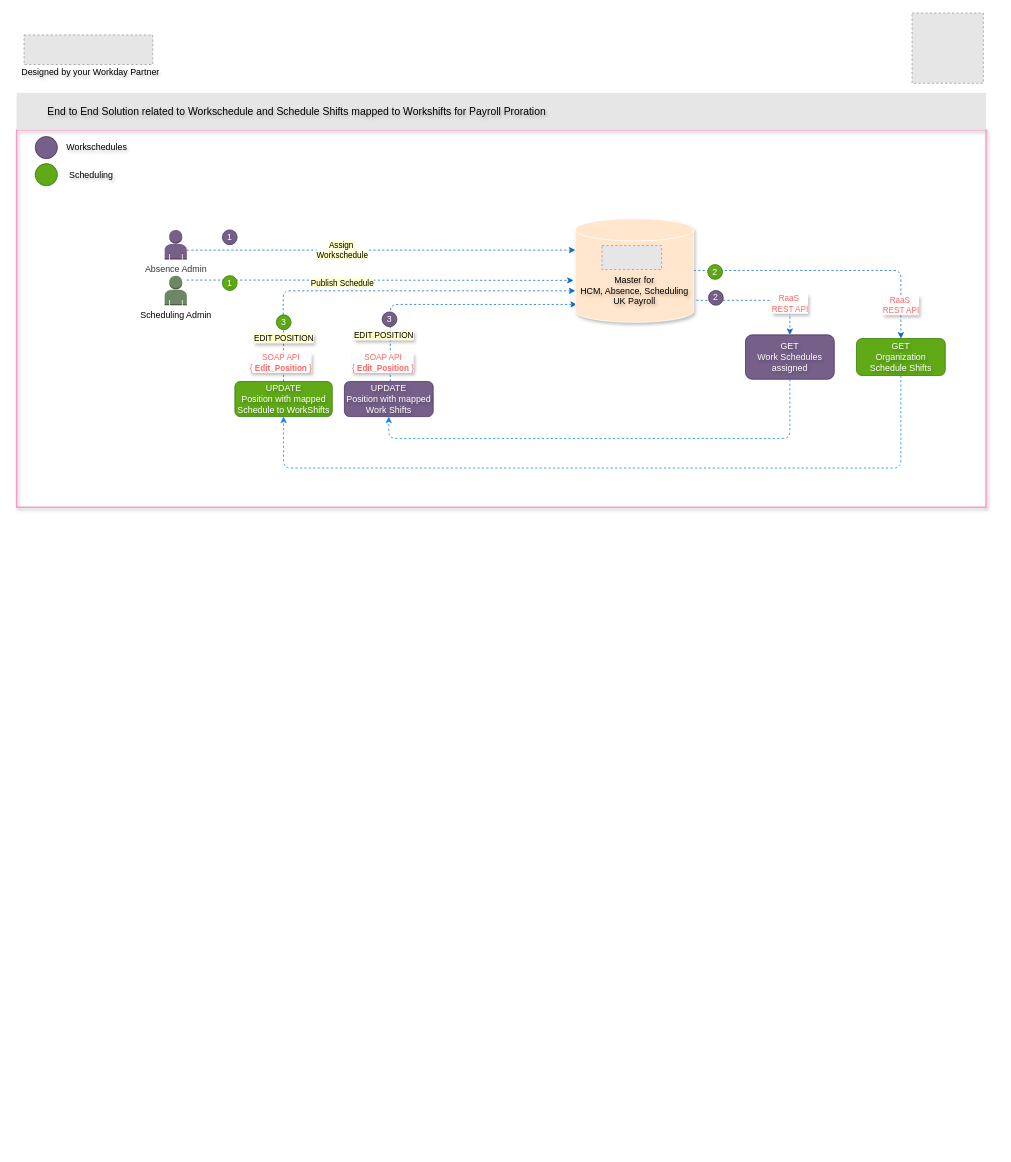
The draw.io diagram Leonardo Hotels Boomerang v1.drawio in sandyaroma/sandyaroma, before the edit. Source tidied: cells renumbered, new cells numbered last; positions are measured from the earlier drawing's top-left corner, leaving out a move shared by most shapes. Both pictures are drawn from the tidied source at 74%, with x=0, y=0 at pixel (16, 13). Pictures stored in the file or linked from it are replaced by grey dashed boxes.
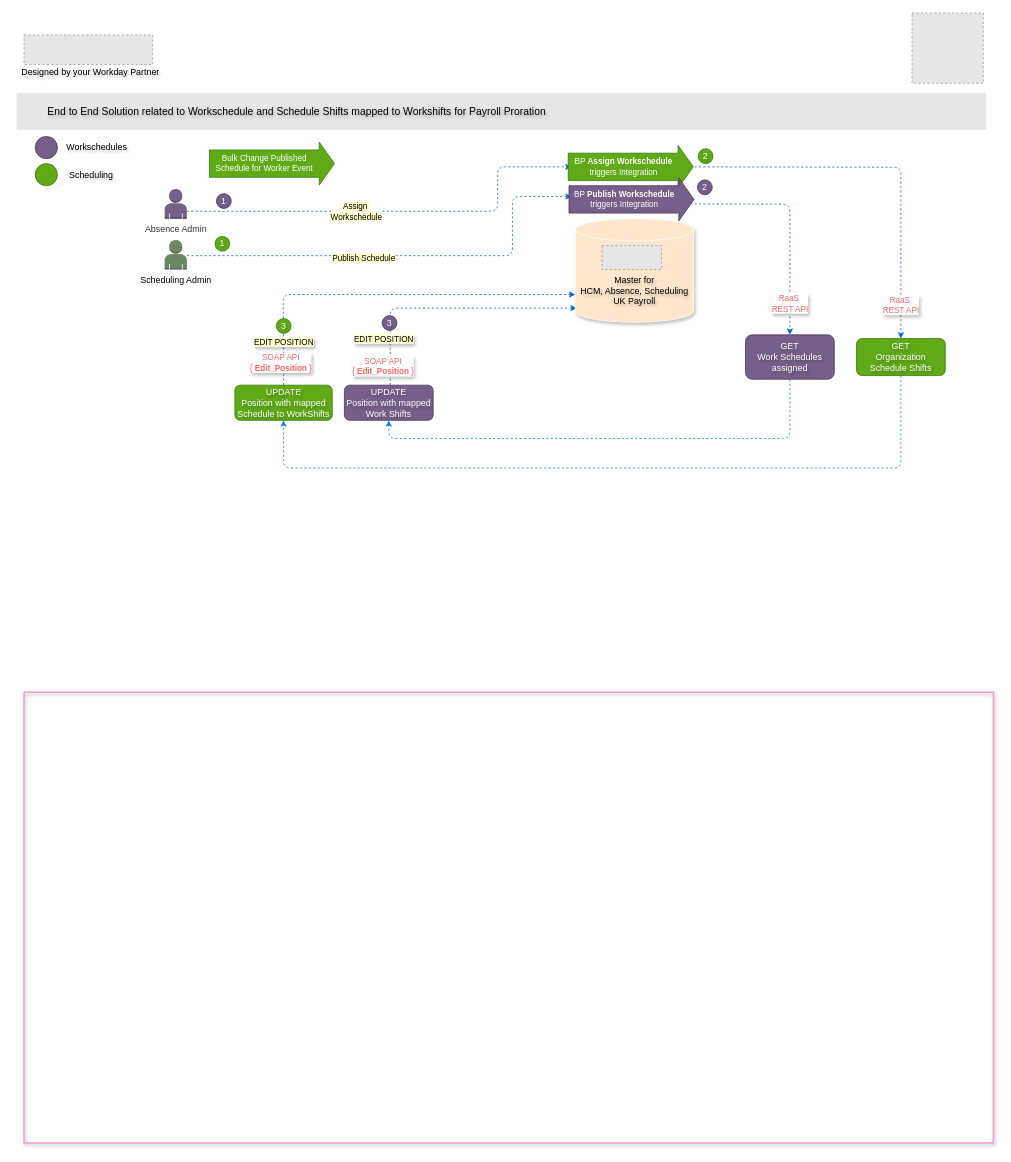
After the change.

Commit message:
Mettre à jour Leonardo Hotels Boomerang v1.drawio

The change refers to these unchanged cells:
```xml
<mxCell id="7" value="&lt;div&gt;&lt;br&gt;&lt;/div&gt;&lt;div&gt;&lt;br&gt;&lt;/div&gt;&lt;div&gt;&lt;span style=&quot;background-color: initial;&quot;&gt;Master for&lt;/span&gt;&lt;/div&gt;&lt;div&gt;&lt;span style=&quot;background-color: initial;&quot;&gt;HCM, Absence, Scheduling&lt;/span&gt;&lt;br&gt;&lt;/div&gt;&lt;div&gt;&lt;span style=&quot;background-color: initial;&quot;&gt;UK Payroll&lt;/span&gt;&lt;/div&gt;" style="shape=cylinder3;whiteSpace=wrap;html=1;boundedLbl=1;backgroundOutline=1;size=15;fillColor=#ffe6cc;strokeColor=#FFFFFF;shadow=1;textShadow=1;" parent="1" vertex="1">
  <mxGeometry x="754.9" y="278" width="160" height="140" as="geometry" />
</mxCell>
<mxCell id="10" value="GET&lt;div&gt;Work Schedules&lt;/div&gt;&lt;div&gt;assigned&lt;/div&gt;" style="rounded=1;whiteSpace=wrap;html=1;fillColor=#76608a;strokeColor=#432D57;textShadow=1;fontColor=#ffffff;" parent="1" vertex="1">
  <mxGeometry x="984.9" y="435" width="120" height="60" as="geometry" />
</mxCell>
<mxCell id="34" value="GET&lt;div&gt;Organization Schedule Shifts&lt;/div&gt;" style="rounded=1;whiteSpace=wrap;html=1;fillColor=#60a917;strokeColor=#2D7600;textShadow=1;fontColor=#ffffff;" parent="1" vertex="1">
  <mxGeometry x="1134.9" y="440" width="120" height="50" as="geometry" />
</mxCell>
```

Diff of the diagram source:
```diff
@@
-    <mxCell id="2" style="edgeStyle=orthogonalEdgeStyle;rounded=1;jettySize=auto;html=1;entryX=0;entryY=0;entryDx=0;entryDy=97.5;entryPerimeter=0;curved=0;dashed=1;strokeColor=#0066CC;" parent="1" edge="1" source="37" target="7">
+    <mxCell id="2" style="edgeStyle=orthogonalEdgeStyle;rounded=1;jettySize=auto;html=1;entryX=0;entryY=0;entryDx=0;entryDy=97.5;entryPerimeter=0;curved=0;dashed=1;strokeColor=#0066CC;" parent="1" edge="1" source="37">
       <mxGeometry relative="1" as="geometry">
+        <mxPoint x="754.9" y="380.5" as="targetPoint" />
         <Array as="points">
-          <mxPoint x="361" y="445" />
-          <mxPoint x="360" y="376" />
+          <mxPoint x="361" y="450" />
+          <mxPoint x="360" y="381" />
         </Array>
       </mxGeometry>
     </mxCell>
-    <mxCell id="3" style="edgeStyle=orthogonalEdgeStyle;rounded=1;jettySize=auto;html=1;entryX=0.013;entryY=0.828;entryDx=0;entryDy=0;entryPerimeter=0;curved=0;dashed=1;strokeColor=#0066CC;" parent="1" edge="1" source="11" target="7">
+    <mxCell id="3" style="edgeStyle=orthogonalEdgeStyle;rounded=1;jettySize=auto;html=1;entryX=0.013;entryY=0.828;entryDx=0;entryDy=0;entryPerimeter=0;curved=0;dashed=1;strokeColor=#0066CC;" parent="1" edge="1" source="11">
       <mxGeometry relative="1" as="geometry">
+        <mxPoint x="756.9" y="398.9" as="targetPoint" />
         <Array as="points">
-          <mxPoint x="504.9" y="394" />
+          <mxPoint x="504.9" y="399" />
         </Array>
       </mxGeometry>
     </mxCell>
     <mxCell id="4" style="rounded=0;whiteSpace=wrap;html=1;fillColor=none;strokeWidth=2;strokeColor=#FF99CC;shadow=1;textShadow=1;" parent="1" vertex="1">
-      <mxGeometry y="158" width="1310" height="510" as="geometry" />
+      <mxGeometry x="10" y="918" width="1310" height="609" as="geometry" />
     </mxCell>
-    <mxCell id="5" style="edgeStyle=orthogonalEdgeStyle;rounded=1;jettySize=auto;html=1;entryX=0.5;entryY=0;entryDx=0;entryDy=0;exitX=0.985;exitY=0.788;exitDx=0;exitDy=0;exitPerimeter=0;curved=0;dashed=1;strokeColor=#0066CC;" parent="1" edge="1" source="7" target="10">
-      <mxGeometry relative="1" as="geometry" />
+    <mxCell id="5" style="edgeStyle=orthogonalEdgeStyle;rounded=1;jettySize=auto;html=1;entryX=0.5;entryY=0;entryDx=0;entryDy=0;curved=0;dashed=1;strokeColor=#0066CC;" parent="1" edge="1" target="10">
+      <mxGeometry relative="1" as="geometry">
+        <mxPoint x="910" y="258" as="sourcePoint" />
+      </mxGeometry>
     </mxCell>
-    <mxCell id="6" style="edgeStyle=orthogonalEdgeStyle;rounded=1;jettySize=auto;html=1;curved=0;dashed=1;strokeColor=#0066CC;" parent="1" edge="1" source="7" target="34">
-      <mxGeometry relative="1" as="geometry" />
+    <mxCell id="6" style="edgeStyle=orthogonalEdgeStyle;rounded=1;jettySize=auto;html=1;curved=0;dashed=1;strokeColor=#0066CC;" parent="1" edge="1" target="34">
+      <mxGeometry relative="1" as="geometry">
+        <mxPoint x="910" y="208" as="sourcePoint" />
+      </mxGeometry>
     </mxCell>
@@
     <mxCell id="11" value="&lt;div&gt;UPDATE&lt;/div&gt;&lt;div&gt;Position with mapped&lt;/div&gt;Work Shifts" style="rounded=1;whiteSpace=wrap;html=1;fillColor=#76608a;strokeColor=#432D57;textShadow=1;fontColor=#ffffff;" parent="1" vertex="1">
-      <mxGeometry x="442.9" y="498" width="120" height="47.5" as="geometry" />
+      <mxGeometry x="442.9" y="503" width="120" height="47.5" as="geometry" />
     </mxCell>
     <mxCell id="12" value="1" style="ellipse;whiteSpace=wrap;html=1;fillColor=#76608a;strokeColor=#432D57;fontColor=#ffffff;align=center;verticalAlign=middle;fontFamily=Helvetica;fontSize=12;textShadow=1;" parent="1" vertex="1">
-      <mxGeometry x="278" y="293.2" width="20" height="20" as="geometry" />
+      <mxGeometry x="270" y="244.2" width="20" height="20" as="geometry" />
     </mxCell>
@@
-    <mxCell id="21" style="edgeStyle=orthogonalEdgeStyle;rounded=0;jettySize=auto;html=1;dashed=1;strokeColor=#0066CC;entryX=0;entryY=0;entryDx=0;entryDy=42.5;entryPerimeter=0;" parent="1" edge="1" source="23" target="7">
+    <mxCell id="21" style="edgeStyle=orthogonalEdgeStyle;rounded=1;jettySize=auto;html=1;dashed=1;strokeColor=#0066CC;curved=0;" parent="1" edge="1" source="23">
       <mxGeometry relative="1" as="geometry">
+        <mxPoint x="750" y="208" as="targetPoint" />
         <Array as="points">
-          <mxPoint x="514.9" y="321" />
+          <mxPoint x="650" y="268" />
+          <mxPoint x="650" y="208" />
         </Array>
       </mxGeometry>
     </mxCell>
@@
     <mxCell id="23" value="&lt;font style=&quot;color: rgb(51, 51, 51);&quot;&gt;Absence Admin&lt;/font&gt;" style="outlineConnect=0;dashed=0;verticalLabelPosition=bottom;verticalAlign=top;align=center;html=1;shape=mxgraph.aws3.user;fillColor=#76608a;strokeColor=#432D57;fontColor=#ffffff;" parent="1" vertex="1">
-      <mxGeometry x="200" y="293.2" width="30" height="40" as="geometry" />
+      <mxGeometry x="200" y="238" width="30" height="40" as="geometry" />
     </mxCell>
     <mxCell id="24" value="&lt;font style=&quot;color: rgb(0, 0, 0);&quot;&gt;Scheduling Admin&lt;/font&gt;" style="outlineConnect=0;dashed=0;verticalLabelPosition=bottom;verticalAlign=top;align=center;html=1;shape=mxgraph.aws3.user;fillColor=#6d8764;strokeColor=#3A5431;fontColor=#ffffff;" parent="1" vertex="1">
-      <mxGeometry x="200" y="355" width="30" height="40" as="geometry" />
+      <mxGeometry x="200" y="306.8" width="30" height="40" as="geometry" />
     </mxCell>
-    <mxCell id="25" value="2" style="ellipse;whiteSpace=wrap;html=1;fillColor=#76608a;strokeColor=#432D57;fontColor=#ffffff;align=center;verticalAlign=middle;fontFamily=Helvetica;fontSize=12;textShadow=1;" parent="1" vertex="1">
-      <mxGeometry x="934.9" y="375" width="20" height="20" as="geometry" />
-    </mxCell>
     <mxCell id="26" value="3" style="ellipse;whiteSpace=wrap;html=1;fillColor=#76608a;strokeColor=#432D57;fontColor=#ffffff;align=center;verticalAlign=middle;fontFamily=Helvetica;fontSize=12;textShadow=1;" parent="1" vertex="1">
-      <mxGeometry x="493.9" y="404" width="20" height="20" as="geometry" />
+      <mxGeometry x="493.9" y="409" width="20" height="20" as="geometry" />
     </mxCell>
@@
-    <mxCell id="28" style="edgeStyle=orthogonalEdgeStyle;rounded=0;jettySize=auto;html=1;entryX=-0.015;entryY=0.653;entryDx=0;entryDy=0;entryPerimeter=0;curved=0;dashed=1;strokeColor=#0066CC;" parent="1" edge="1" source="24">
+    <mxCell id="28" style="edgeStyle=orthogonalEdgeStyle;rounded=1;jettySize=auto;html=1;curved=0;dashed=1;strokeColor=#0066CC;" parent="1" edge="1" source="24">
       <mxGeometry relative="1" as="geometry">
-        <mxPoint x="752.5" y="361.4" as="targetPoint" />
+        <mxPoint x="750" y="248" as="targetPoint" />
         <Array as="points">
-          <mxPoint x="370" y="361" />
-          <mxPoint x="370" y="361" />
+          <mxPoint x="670" y="328" />
+          <mxPoint x="670" y="248" />
         </Array>
       </mxGeometry>
     </mxCell>
@@
     <mxCell id="30" value="1" style="ellipse;whiteSpace=wrap;html=1;fillColor=#60a917;strokeColor=#2D7600;fontColor=#ffffff;align=center;verticalAlign=middle;fontFamily=Helvetica;fontSize=12;textShadow=1;" parent="1" vertex="1">
-      <mxGeometry x="278" y="355" width="20" height="20" as="geometry" />
+      <mxGeometry x="268" y="302" width="20" height="20" as="geometry" />
     </mxCell>
     <mxCell id="31" value="&lt;span style=&quot;background-color: rgb(255, 255, 204);&quot;&gt;EDIT POSITION&lt;/span&gt;" style="edgeLabel;html=1;align=center;verticalAlign=middle;textShadow=1;" parent="1" vertex="1">
-      <mxGeometry x="495.9" y="435" as="geometry" />
+      <mxGeometry x="495.9" y="440" as="geometry" />
     </mxCell>
     <mxCell id="32" value="&lt;font color=&quot;#ff6666&quot;&gt;SOAP API&lt;/font&gt;&lt;div&gt;&lt;font color=&quot;#ff6666&quot;&gt;{&amp;nbsp;&lt;b&gt;Edit_Position&amp;nbsp;&lt;/b&gt;}&lt;/font&gt;&lt;/div&gt;" style="edgeLabel;html=1;align=center;verticalAlign=middle;textShadow=1;" parent="1" vertex="1">
-      <mxGeometry x="308.8" y="455" as="geometry">
+      <mxGeometry x="308.8" y="460" as="geometry">
         <mxPoint x="186" y="17" as="offset" />
       </mxGeometry>
     </mxCell>
@@
     <mxCell id="36" value="2" style="ellipse;whiteSpace=wrap;html=1;fillColor=#60a917;strokeColor=#2D7600;fontColor=#ffffff;align=center;verticalAlign=middle;fontFamily=Helvetica;fontSize=12;textShadow=1;" parent="1" vertex="1">
-      <mxGeometry x="933.9" y="340" width="20" height="20" as="geometry" />
+      <mxGeometry x="921" y="183.6" width="20" height="20" as="geometry" />
     </mxCell>
     <mxCell id="37" value="&lt;div&gt;UPDATE&lt;/div&gt;&lt;div&gt;Position with mapped&lt;/div&gt;Schedule to WorkShifts" style="rounded=1;whiteSpace=wrap;html=1;fillColor=#60a917;strokeColor=#2D7600;textShadow=1;fontColor=#ffffff;" parent="1" vertex="1">
-      <mxGeometry x="294.9" y="498" width="131.6" height="47.5" as="geometry" />
+      <mxGeometry x="294.9" y="503" width="131.6" height="47.5" as="geometry" />
     </mxCell>
     <mxCell id="38" value="3" style="ellipse;whiteSpace=wrap;html=1;fillColor=#60a917;strokeColor=#2D7600;fontColor=#ffffff;align=center;verticalAlign=middle;fontFamily=Helvetica;fontSize=12;textShadow=1;" parent="1" vertex="1">
-      <mxGeometry x="350.9" y="408" width="20" height="20" as="geometry" />
+      <mxGeometry x="350.9" y="413" width="20" height="20" as="geometry" />
     </mxCell>
@@
     <mxCell id="40" value="&lt;span style=&quot;background-color: rgb(255, 255, 204);&quot;&gt;EDIT POSITION&lt;/span&gt;" style="edgeLabel;html=1;align=center;verticalAlign=middle;textShadow=1;" parent="1" vertex="1">
-      <mxGeometry x="360.7" y="439" as="geometry" />
+      <mxGeometry x="360.7" y="444" as="geometry" />
     </mxCell>
+    <mxCell id="41" style="shape=flexArrow;endArrow=classic;html=1;rounded=0;width=37;endSize=6.52;fillColor=#60a917;strokeColor=#2D7600;" parent="1" edge="1">
+      <mxGeometry relative="1" as="geometry">
+        <mxPoint x="744.9" y="208" as="sourcePoint" />
+        <mxPoint x="914.9" y="208" as="targetPoint" />
+      </mxGeometry>
+    </mxCell>
+    <mxCell id="42" value="&lt;font style=&quot;color: rgb(255, 255, 255);&quot;&gt;BP &lt;b&gt;Assign Workschedule&lt;/b&gt;&lt;/font&gt;&lt;div&gt;&lt;span&gt;&lt;font style=&quot;color: rgb(255, 255, 255);&quot;&gt;triggers Integration&lt;/font&gt;&lt;/span&gt;&lt;/div&gt;" style="edgeLabel;html=1;align=center;verticalAlign=middle;labelBackgroundColor=none;" parent="41" vertex="1">
+      <mxGeometry x="-0.15" y="-7" relative="1" as="geometry">
+        <mxPoint x="3" y="-8" as="offset" />
+      </mxGeometry>
+    </mxCell>
+    <mxCell id="43" style="shape=flexArrow;endArrow=classic;html=1;rounded=0;width=37;endSize=6.52;fillColor=#76608a;strokeColor=#432D57;" parent="1" edge="1">
+      <mxGeometry relative="1" as="geometry">
+        <mxPoint x="745.9" y="252" as="sourcePoint" />
+        <mxPoint x="915.9" y="252" as="targetPoint" />
+      </mxGeometry>
+    </mxCell>
+    <mxCell id="44" value="&lt;font style=&quot;color: rgb(255, 255, 255);&quot;&gt;BP &lt;b&gt;Publish Workschedule&lt;/b&gt;&lt;/font&gt;&lt;div&gt;&lt;span&gt;&lt;font style=&quot;color: rgb(255, 255, 255);&quot;&gt;triggers Integration&lt;/font&gt;&lt;/span&gt;&lt;/div&gt;" style="edgeLabel;html=1;align=center;verticalAlign=middle;labelBackgroundColor=none;" parent="43" vertex="1">
+      <mxGeometry x="-0.15" y="-7" relative="1" as="geometry">
+        <mxPoint x="3" y="-8" as="offset" />
+      </mxGeometry>
+    </mxCell>
+    <mxCell id="25" value="2" style="ellipse;whiteSpace=wrap;html=1;fillColor=#76608a;strokeColor=#432D57;fontColor=#ffffff;align=center;verticalAlign=middle;fontFamily=Helvetica;fontSize=12;textShadow=1;" parent="1" vertex="1">
+      <mxGeometry x="920" y="225.6" width="20" height="20" as="geometry" />
+    </mxCell>
+    <mxCell id="45" style="shape=flexArrow;endArrow=classic;html=1;rounded=0;width=37;endSize=6.52;fillColor=#60a917;strokeColor=#2D7600;" parent="1" edge="1">
+      <mxGeometry relative="1" as="geometry">
+        <mxPoint x="260" y="203.6" as="sourcePoint" />
+        <mxPoint x="430" y="203.6" as="targetPoint" />
+      </mxGeometry>
+    </mxCell>
+    <mxCell id="46" value="&lt;span&gt;&lt;font style=&quot;color: rgb(255, 255, 255);&quot;&gt;Bulk Change Published&amp;nbsp;&lt;/font&gt;&lt;/span&gt;&lt;div&gt;&lt;span&gt;&lt;font style=&quot;color: rgb(255, 255, 255);&quot;&gt;Schedule for Worker Event&amp;nbsp;&lt;/font&gt;&lt;/span&gt;&lt;/div&gt;" style="edgeLabel;html=1;align=center;verticalAlign=middle;labelBackgroundColor=none;" parent="45" vertex="1">
+      <mxGeometry x="-0.15" y="-7" relative="1" as="geometry">
+        <mxPoint x="3" y="-8" as="offset" />
+      </mxGeometry>
+    </mxCell>
```
